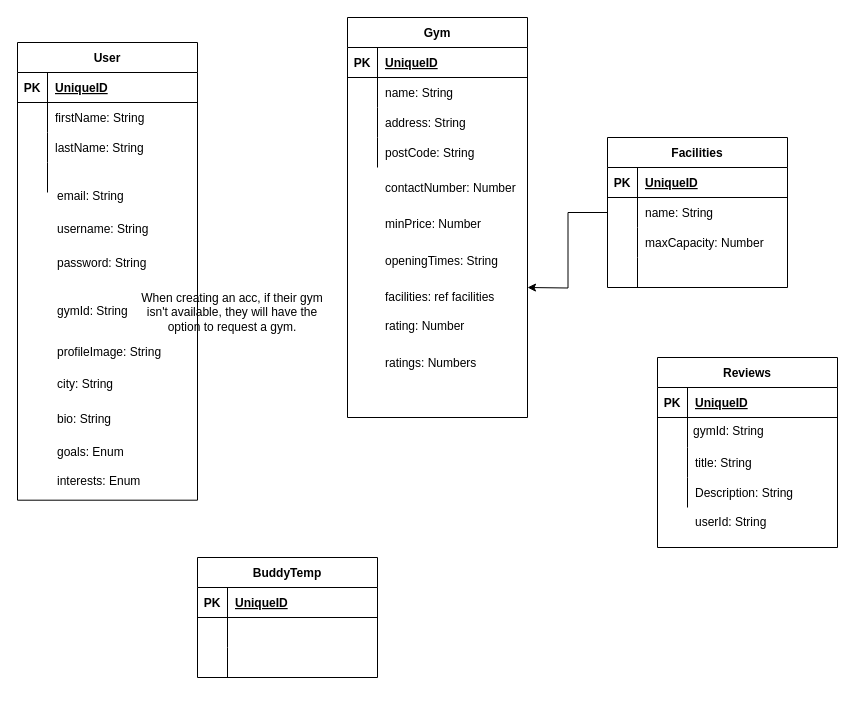
Earlier version of the draw.io diagram Untitled Diagram.drawio (PDUBB3/gym-guru). Source tidied: cells renumbered, new cells numbered last; positions are measured from the earlier drawing's top-left corner, leaving out a move shared by most shapes. Both pictures are drawn from the tidied source at 100%, with x=0, y=0 at pixel (17, 17).
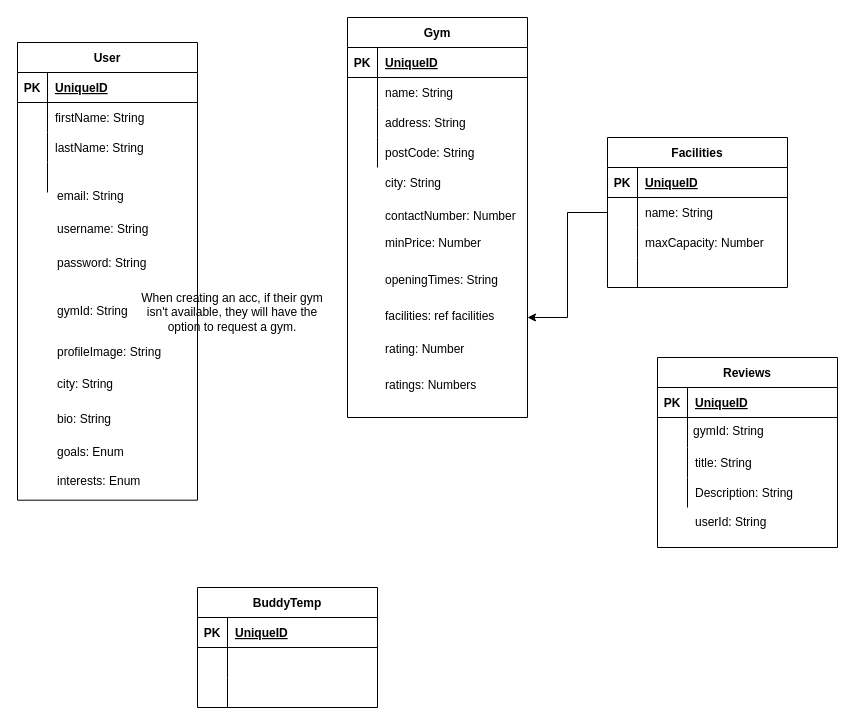
After the change.

Unchanged cells that the change refers to:
```xml
<mxCell id="2" style="group;" parent="1" vertex="1">
  <mxGeometry x="330" width="180" height="400" as="geometry" />
</mxCell>
<mxCell id="3" value="Gym" style="shape=table;startSize=30;childLayout=tableLayout;rowLines=0;fontStyle=1;align=center;" parent="2" vertex="1">
  <mxGeometry width="180" height="400" as="geometry" />
</mxCell>
<mxCell id="23" value="Facilities" style="shape=table;startSize=30;childLayout=tableLayout;rowLines=0;fontStyle=1;align=center;" parent="1" vertex="1">
  <mxGeometry x="590" y="120" width="180" height="150" as="geometry" />
</mxCell>
<mxCell id="27" style="shape=partialRectangle;fillColor=none;top=0;left=0;bottom=0;right=0;points=[[0,0.5],[1,0.5]];portConstraint=eastwest;" parent="23" vertex="1">
  <mxGeometry y="60" width="180" height="30" as="geometry" />
</mxCell>
```

The edit, as a diff of the source:
```diff
@@
     <mxCell id="16" value="contactNumber: Number" style="shape=partialRectangle;fillColor=none;top=0;left=0;bottom=0;right=0;align=left;spacingLeft=6;overflow=hidden;" parent="2" vertex="1">
-      <mxGeometry x="30" y="151.8" width="150" height="36.4" as="geometry" />
+      <mxGeometry x="30" y="180" width="150" height="36.4" as="geometry" />
     </mxCell>
     <mxCell id="17" value="minPrice: Number" style="shape=partialRectangle;fillColor=none;top=0;left=0;bottom=0;right=0;align=left;spacingLeft=6;overflow=hidden;" parent="2" vertex="1">
-      <mxGeometry x="30" y="188.2" width="150" height="36.4" as="geometry" />
+      <mxGeometry x="30" y="207.1" width="150" height="36.4" as="geometry" />
     </mxCell>
     <mxCell id="18" value="openingTimes: String" style="shape=partialRectangle;fillColor=none;top=0;left=0;bottom=0;right=0;align=left;spacingLeft=6;overflow=hidden;" parent="2" vertex="1">
-      <mxGeometry x="30" y="224.6" width="150" height="36.4" as="geometry" />
+      <mxGeometry x="30" y="243.6" width="150" height="36.4" as="geometry" />
     </mxCell>
     <mxCell id="19" value="facilities: ref facilities" style="shape=partialRectangle;fillColor=none;top=0;left=0;bottom=0;right=0;align=left;spacingLeft=6;overflow=hidden;" parent="2" vertex="1">
-      <mxGeometry x="30" y="261.1" width="150" height="36.4" as="geometry" />
+      <mxGeometry x="30" y="280" width="150" height="36.4" as="geometry" />
     </mxCell>
     <mxCell id="20" value="rating: Number" style="shape=partialRectangle;fillColor=none;top=0;left=0;bottom=0;right=0;align=left;spacingLeft=6;overflow=hidden;" parent="2" vertex="1">
-      <mxGeometry x="30" y="290" width="150" height="36.4" as="geometry" />
+      <mxGeometry x="30" y="312.6" width="150" height="36.4" as="geometry" />
     </mxCell>
     <mxCell id="21" value="ratings: Numbers" style="shape=partialRectangle;fillColor=none;top=0;left=0;bottom=0;right=0;align=left;spacingLeft=6;overflow=hidden;" parent="2" vertex="1">
-      <mxGeometry x="30" y="326.4" width="150" height="36.4" as="geometry" />
+      <mxGeometry x="30" y="349" width="150" height="36.4" as="geometry" />
     </mxCell>
-    <mxCell id="22" style="edgeStyle=orthogonalEdgeStyle;rounded=0;jettySize=auto;html=1;" parent="1" edge="1" source="23">
-      <mxGeometry relative="1" as="geometry">
-        <mxPoint x="510" y="270" as="targetPoint" />
-      </mxGeometry>
-    </mxCell>
+    <mxCell id="86" value="city: String" style="shape=partialRectangle;fillColor=none;top=0;left=0;bottom=0;right=0;align=left;spacingLeft=6;overflow=hidden;" parent="2" vertex="1">
+      <mxGeometry x="30" y="150" width="150" height="30" as="geometry" />
+    </mxCell>
@@
     <mxCell id="61" value="BuddyTemp" style="shape=table;startSize=30;childLayout=tableLayout;rowLines=0;fontStyle=1;align=center;" parent="1" vertex="1">
-      <mxGeometry x="180" y="540" width="180" height="120" as="geometry" />
+      <mxGeometry x="180" y="570" width="180" height="120" as="geometry" />
     </mxCell>
@@
+    <mxCell id="87" style="edgeStyle=orthogonalEdgeStyle;rounded=0;jettySize=auto;html=1;entryX=1;entryY=0.75;entryDx=0;entryDy=0;" parent="1" edge="1" source="27" target="3">
+      <mxGeometry relative="1" as="geometry" />
+    </mxCell>
```
